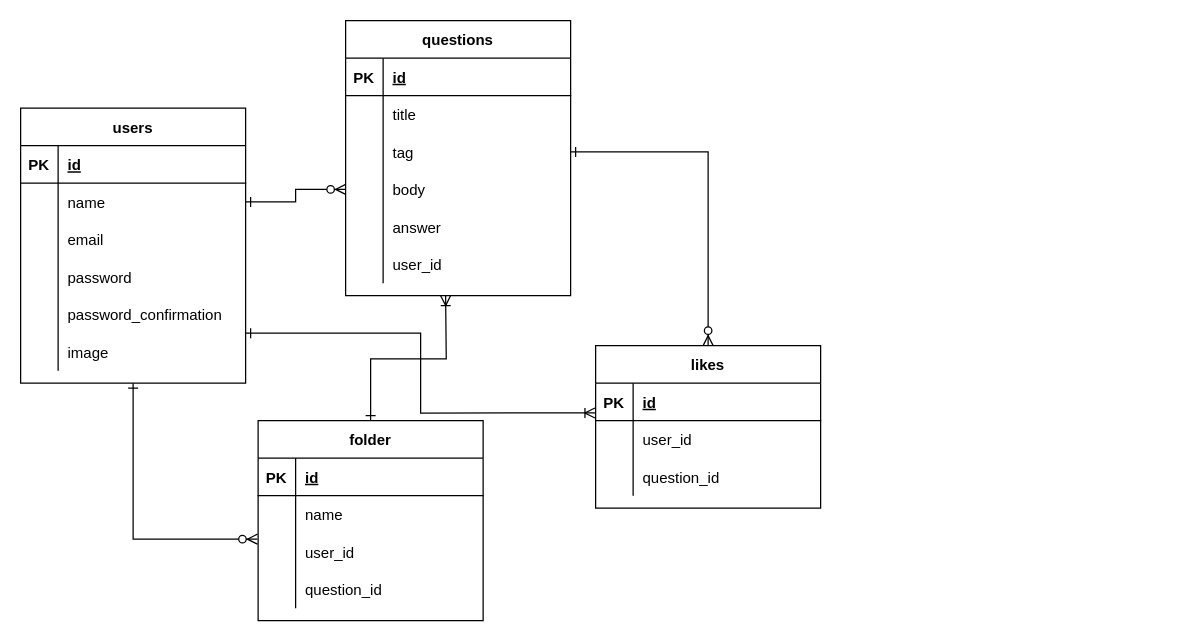
Above: ER_diagram.drawio in Atsu77/QA_func (draw.io), before the change. Source tidied: cells renumbered, new cells numbered last; positions are measured from the earlier drawing's top-left corner, leaving out a move shared by most shapes. Both pictures are drawn from the tidied source at 125%, with x=0, y=0 at pixel (20, 20).
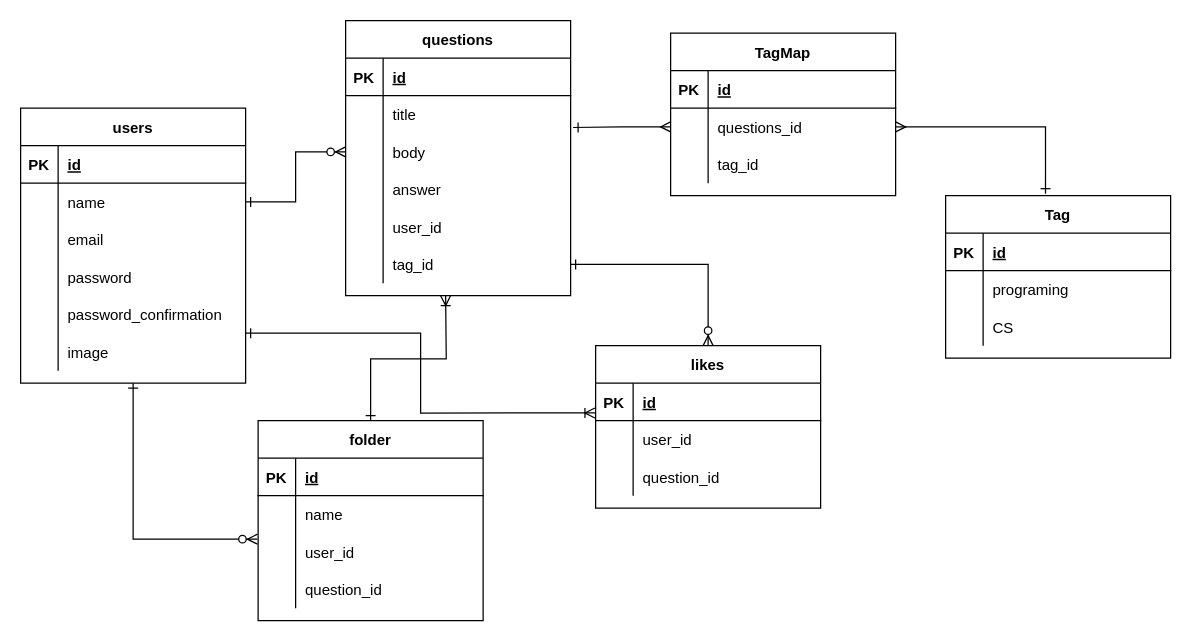
The same diagram, later.

Commit message:
ER図にTagTableの設計を追加

Unchanged cells that the change refers to:
```xml
<mxCell id="23" value="questions" style="shape=table;startSize=30;childLayout=tableLayout;rowLines=0;fontStyle=1;align=center;" parent="1" vertex="1">
  <mxGeometry x="260" width="180" height="220" as="geometry" />
</mxCell>
<mxCell id="27" style="shape=partialRectangle;fillColor=none;top=0;left=0;bottom=0;right=0;points=[[0,0.5],[1,0.5]];portConstraint=eastwest;" parent="23" vertex="1">
  <mxGeometry y="60" width="180" height="30" as="geometry" />
</mxCell>
```

Change to the diagram source:
```diff
@@
-    <mxCell id="30" style="shape=partialRectangle;fillColor=none;top=0;left=0;bottom=0;right=0;points=[[0,0.5],[1,0.5]];portConstraint=eastwest;" parent="23" vertex="1">
-      <mxGeometry y="90" width="180" height="30" as="geometry" />
-    </mxCell>
-    <mxCell id="31" style="shape=partialRectangle;fillColor=none;top=0;left=0;bottom=0;right=0;overflow=hidden;" parent="30" vertex="1">
-      <mxGeometry width="30" height="30" as="geometry" />
-    </mxCell>
-    <mxCell id="32" value="tag" style="shape=partialRectangle;fillColor=none;top=0;left=0;bottom=0;right=0;align=left;spacingLeft=6;overflow=hidden;" parent="30" vertex="1">
-      <mxGeometry x="30" width="150" height="30" as="geometry" />
-    </mxCell>
     <mxCell id="33" style="shape=partialRectangle;fillColor=none;top=0;left=0;bottom=0;right=0;points=[[0,0.5],[1,0.5]];portConstraint=eastwest;" parent="23" vertex="1">
-      <mxGeometry y="120" width="180" height="30" as="geometry" />
+      <mxGeometry y="90" width="180" height="30" as="geometry" />
     </mxCell>
@@
     <mxCell id="36" style="shape=partialRectangle;fillColor=none;top=0;left=0;bottom=0;right=0;" parent="23" vertex="1">
-      <mxGeometry y="150" width="180" height="30" as="geometry" />
+      <mxGeometry y="120" width="180" height="30" as="geometry" />
     </mxCell>
@@
     <mxCell id="39" style="shape=partialRectangle;fillColor=none;top=0;left=0;bottom=0;right=0;" parent="23" vertex="1">
-      <mxGeometry y="180" width="180" height="30" as="geometry" />
+      <mxGeometry y="150" width="180" height="30" as="geometry" />
     </mxCell>
@@
+    <mxCell id="30" style="shape=partialRectangle;fillColor=none;top=0;left=0;bottom=0;right=0;points=[[0,0.5],[1,0.5]];portConstraint=eastwest;" parent="23" vertex="1">
+      <mxGeometry y="180" width="180" height="30" as="geometry" />
+    </mxCell>
+    <mxCell id="31" style="shape=partialRectangle;fillColor=none;top=0;left=0;bottom=0;right=0;overflow=hidden;" parent="30" vertex="1">
+      <mxGeometry width="30" height="30" as="geometry" />
+    </mxCell>
+    <mxCell id="32" value="tag_id" style="shape=partialRectangle;fillColor=none;top=0;left=0;bottom=0;right=0;align=left;spacingLeft=6;overflow=hidden;" parent="30" vertex="1">
+      <mxGeometry x="30" width="150" height="30" as="geometry" />
+    </mxCell>
@@
+    <mxCell id="68" value="TagMap" style="shape=table;startSize=30;childLayout=tableLayout;rowLines=0;fontStyle=1;align=center;" parent="1" vertex="1">
+      <mxGeometry x="520" y="10" width="180" height="130" as="geometry" />
+    </mxCell>
+    <mxCell id="69" style="shape=partialRectangle;fillColor=none;top=0;left=0;bottom=1;right=0;" parent="68" vertex="1">
+      <mxGeometry y="30" width="180" height="30" as="geometry" />
+    </mxCell>
+    <mxCell id="70" value="PK" style="shape=partialRectangle;fillColor=none;top=0;left=0;bottom=0;right=0;fontStyle=1;overflow=hidden;" parent="69" vertex="1">
+      <mxGeometry width="30" height="30" as="geometry" />
+    </mxCell>
+    <mxCell id="71" value="id" style="shape=partialRectangle;fillColor=none;top=0;left=0;bottom=0;right=0;align=left;spacingLeft=6;fontStyle=5;overflow=hidden;" parent="69" vertex="1">
+      <mxGeometry x="30" width="150" height="30" as="geometry" />
+    </mxCell>
+    <mxCell id="72" style="shape=partialRectangle;fillColor=none;top=0;left=0;bottom=0;right=0;points=[[0,0.5],[1,0.5]];portConstraint=eastwest;" parent="68" vertex="1">
+      <mxGeometry y="60" width="180" height="30" as="geometry" />
+    </mxCell>
+    <mxCell id="73" style="shape=partialRectangle;fillColor=none;top=0;left=0;bottom=0;right=0;overflow=hidden;" parent="72" vertex="1">
+      <mxGeometry width="30" height="30" as="geometry" />
+    </mxCell>
+    <mxCell id="74" value="questions_id" style="shape=partialRectangle;fillColor=none;top=0;left=0;bottom=0;right=0;align=left;spacingLeft=6;overflow=hidden;" parent="72" vertex="1">
+      <mxGeometry x="30" width="150" height="30" as="geometry" />
+    </mxCell>
+    <mxCell id="75" style="shape=partialRectangle;fillColor=none;top=0;left=0;bottom=0;right=0;" parent="68" vertex="1">
+      <mxGeometry y="90" width="180" height="30" as="geometry" />
+    </mxCell>
+    <mxCell id="76" style="shape=partialRectangle;fillColor=none;top=0;left=0;bottom=0;right=0;overflow=hidden;" parent="75" vertex="1">
+      <mxGeometry width="30" height="30" as="geometry" />
+    </mxCell>
+    <mxCell id="77" value="tag_id" style="shape=partialRectangle;fillColor=none;top=0;left=0;bottom=0;right=0;align=left;spacingLeft=6;overflow=hidden;" parent="75" vertex="1">
+      <mxGeometry x="30" width="150" height="30" as="geometry" />
+    </mxCell>
+    <mxCell id="78" value="Tag" style="shape=table;startSize=30;childLayout=tableLayout;rowLines=0;fontStyle=1;align=center;" parent="1" vertex="1">
+      <mxGeometry x="740" y="140" width="180" height="130" as="geometry" />
+    </mxCell>
+    <mxCell id="79" style="shape=partialRectangle;fillColor=none;top=0;left=0;bottom=1;right=0;" parent="78" vertex="1">
+      <mxGeometry y="30" width="180" height="30" as="geometry" />
+    </mxCell>
+    <mxCell id="80" value="PK" style="shape=partialRectangle;fillColor=none;top=0;left=0;bottom=0;right=0;fontStyle=1;overflow=hidden;" parent="79" vertex="1">
+      <mxGeometry width="30" height="30" as="geometry" />
+    </mxCell>
+    <mxCell id="81" value="id" style="shape=partialRectangle;fillColor=none;top=0;left=0;bottom=0;right=0;align=left;spacingLeft=6;fontStyle=5;overflow=hidden;" parent="79" vertex="1">
+      <mxGeometry x="30" width="150" height="30" as="geometry" />
+    </mxCell>
+    <mxCell id="82" style="shape=partialRectangle;fillColor=none;top=0;left=0;bottom=0;right=0;" parent="78" vertex="1">
+      <mxGeometry y="60" width="180" height="30" as="geometry" />
+    </mxCell>
+    <mxCell id="83" style="shape=partialRectangle;fillColor=none;top=0;left=0;bottom=0;right=0;overflow=hidden;" parent="82" vertex="1">
+      <mxGeometry width="30" height="30" as="geometry" />
+    </mxCell>
+    <mxCell id="84" value="programing" style="shape=partialRectangle;fillColor=none;top=0;left=0;bottom=0;right=0;align=left;spacingLeft=6;overflow=hidden;" parent="82" vertex="1">
+      <mxGeometry x="30" width="150" height="30" as="geometry" />
+    </mxCell>
+    <mxCell id="85" style="shape=partialRectangle;fillColor=none;top=0;left=0;bottom=0;right=0;" parent="78" vertex="1">
+      <mxGeometry y="90" width="180" height="30" as="geometry" />
+    </mxCell>
+    <mxCell id="86" style="shape=partialRectangle;fillColor=none;top=0;left=0;bottom=0;right=0;overflow=hidden;" parent="85" vertex="1">
+      <mxGeometry width="30" height="30" as="geometry" />
+    </mxCell>
+    <mxCell id="87" value="CS" style="shape=partialRectangle;fillColor=none;top=0;left=0;bottom=0;right=0;align=left;spacingLeft=6;overflow=hidden;" parent="85" vertex="1">
+      <mxGeometry x="30" width="150" height="30" as="geometry" />
+    </mxCell>
+    <mxCell id="88" style="edgeStyle=orthogonalEdgeStyle;rounded=0;jettySize=auto;html=1;entryX=0.444;entryY=-0.012;entryDx=0;entryDy=0;entryPerimeter=0;endArrow=ERone;endFill=0;startArrow=ERmany;startFill=0;" parent="1" edge="1" source="72" target="78">
+      <mxGeometry relative="1" as="geometry" />
+    </mxCell>
+    <mxCell id="89" style="edgeStyle=orthogonalEdgeStyle;rounded=0;jettySize=auto;html=1;entryX=1.011;entryY=0.85;entryDx=0;entryDy=0;entryPerimeter=0;startArrow=ERmany;startFill=0;endArrow=ERone;endFill=0;" parent="1" edge="1" source="72" target="27">
+      <mxGeometry relative="1" as="geometry" />
+    </mxCell>
```
